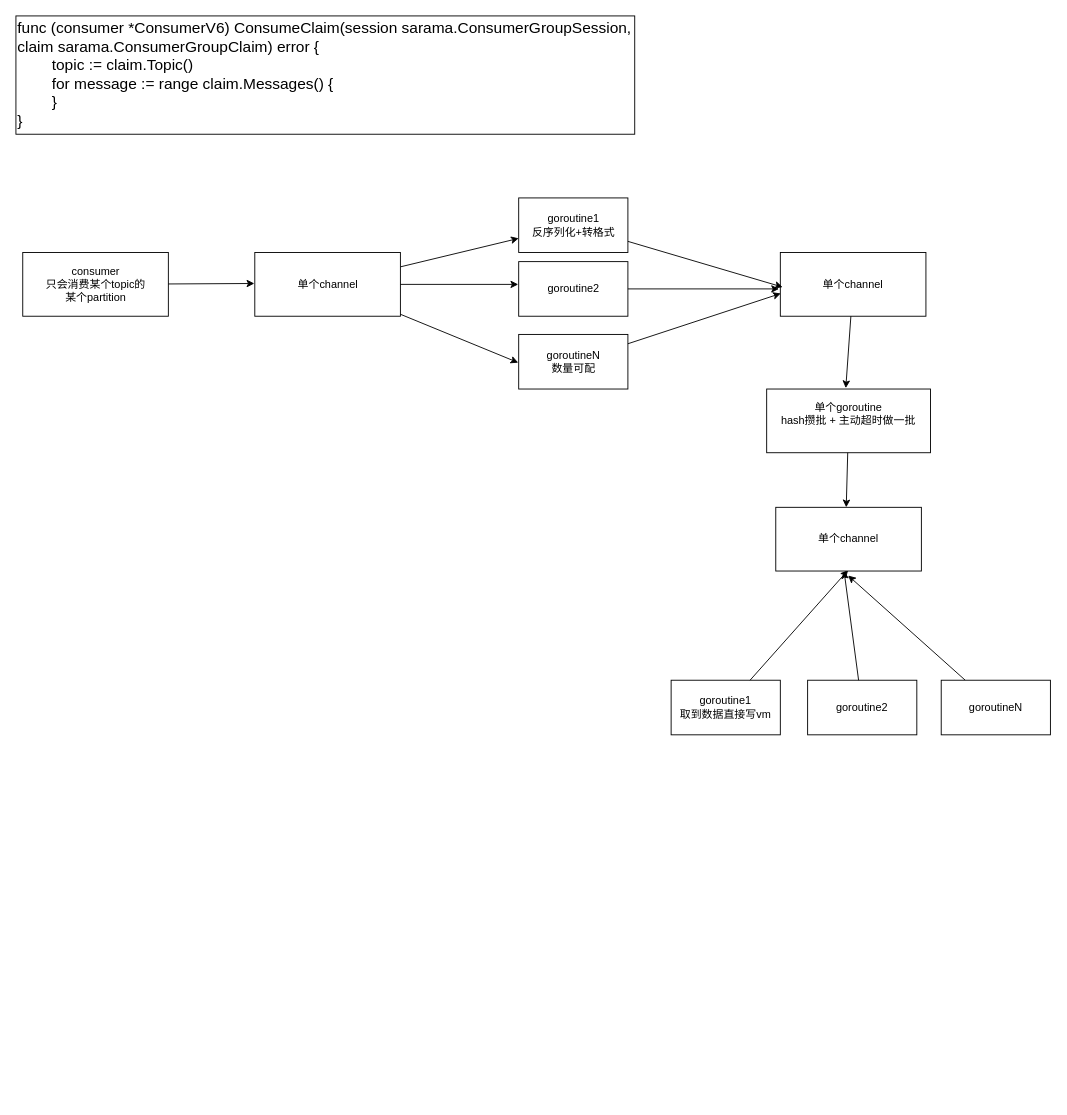
Earlier version of the draw.io diagram 未命名绘图.drawio (jingb/pythonRepo). Source tidied: cells renumbered, new cells numbered last; positions are measured from the earlier drawing's top-left corner, leaving out a move shared by most shapes. Both pictures are drawn from the tidied source at 91%, with x=0, y=0 at pixel (15, 15).
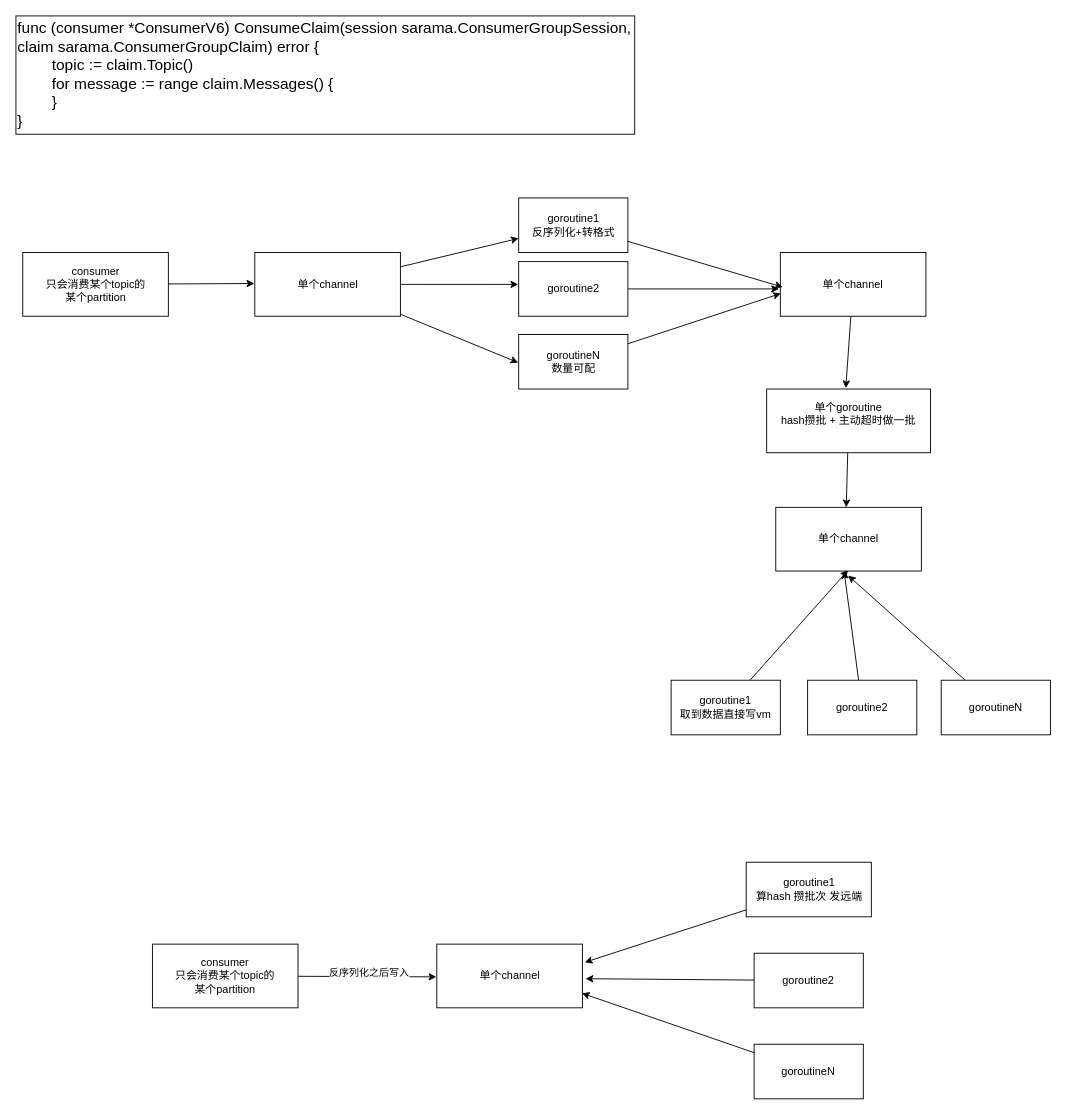
The same page after the edit.

Commit message:
更新未命名绘图.drawio

Change to the diagram source:
```diff
@@
+    <mxCell id="26" value="consumer&lt;div&gt;只会消费某个topic的&lt;br&gt;某个partition&lt;br&gt;&lt;/div&gt;" style="rounded=0;whiteSpace=wrap;html=1;" parent="1" vertex="1">
+      <mxGeometry x="150" y="1020" width="160" height="70" as="geometry" />
+    </mxCell>
+    <mxCell id="27" value="&lt;div&gt;单个channel&lt;/div&gt;" style="rounded=0;whiteSpace=wrap;html=1;" parent="1" vertex="1">
+      <mxGeometry x="462.5" y="1020" width="160" height="70" as="geometry" />
+    </mxCell>
+    <mxCell id="28" value="goroutine1&lt;br&gt;算hash 攒批次 发远端" style="rounded=0;whiteSpace=wrap;html=1;" parent="1" vertex="1">
+      <mxGeometry x="802.5" y="930" width="137.5" height="60" as="geometry" />
+    </mxCell>
+    <mxCell id="29" value="&lt;div&gt;goroutine2&lt;/div&gt;" style="rounded=0;whiteSpace=wrap;html=1;" parent="1" vertex="1">
+      <mxGeometry x="811.2" y="1030" width="120" height="60" as="geometry" />
+    </mxCell>
+    <mxCell id="30" value="goroutineN" style="rounded=0;whiteSpace=wrap;html=1;" parent="1" vertex="1">
+      <mxGeometry x="811.2" y="1130" width="120" height="60" as="geometry" />
+    </mxCell>
+    <mxCell id="31" style="edgeStyle=none;rounded=0;jettySize=auto;html=1;entryX=-0.003;entryY=0.514;entryDx=0;entryDy=0;entryPerimeter=0;" parent="1" edge="1" source="26" target="27">
+      <mxGeometry relative="1" as="geometry" />
+    </mxCell>
+    <mxCell id="32" value="反序列化之后写入" style="edgeLabel;html=1;align=center;verticalAlign=middle;" parent="31" vertex="1">
+      <mxGeometry x="0.01" y="4" relative="1" as="geometry" />
+    </mxCell>
+    <mxCell id="33" style="edgeStyle=none;rounded=0;jettySize=auto;html=1;entryX=1.016;entryY=0.286;entryDx=0;entryDy=0;entryPerimeter=0;" parent="1" edge="1" source="28" target="27">
+      <mxGeometry relative="1" as="geometry" />
+    </mxCell>
+    <mxCell id="34" style="edgeStyle=none;rounded=0;jettySize=auto;html=1;entryX=1.022;entryY=0.543;entryDx=0;entryDy=0;entryPerimeter=0;" parent="1" edge="1" source="29" target="27">
+      <mxGeometry relative="1" as="geometry" />
+    </mxCell>
+    <mxCell id="35" style="edgeStyle=none;rounded=0;jettySize=auto;html=1;entryX=0.997;entryY=0.771;entryDx=0;entryDy=0;entryPerimeter=0;" parent="1" edge="1" source="30" target="27">
+      <mxGeometry relative="1" as="geometry" />
+    </mxCell>
```
